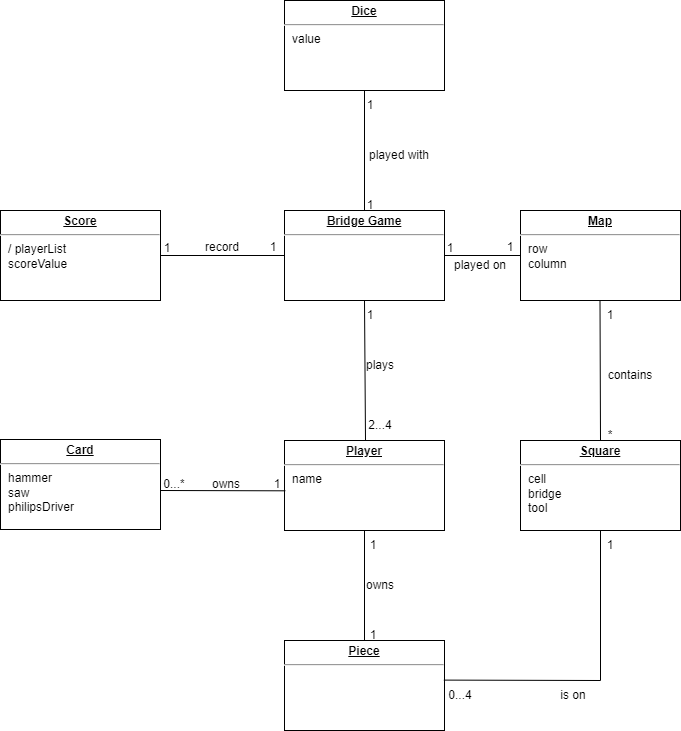
This is diagram/DomainModel.png from iGH01gi/SE_Term_Project, a draw.io export, as it was before one commit. Source tidied: cells renumbered, new cells last; positions are measured from the earlier drawing's top-left corner, leaving out a move shared by most shapes. Its diagram source:
```xml
<mxGraphModel>
  <root>
    <mxCell id="0" />
    <mxCell id="1" parent="0" />
    <mxCell id="2" value="&lt;p style=&quot;margin:0px;margin-top:4px;text-align:center;text-decoration:underline;&quot;&gt;&lt;b&gt;Player&lt;/b&gt;&lt;/p&gt;&lt;hr&gt;&lt;p style=&quot;margin:0px;margin-left:8px;&quot;&gt;name&lt;/p&gt;&lt;p style=&quot;margin:0px;margin-left:8px;&quot;&gt;&lt;br&gt;&lt;/p&gt;" style="verticalAlign=top;align=left;overflow=fill;fontSize=12;fontFamily=Helvetica;html=1;" parent="1" vertex="1">
      <mxGeometry x="284" y="440" width="160" height="90" as="geometry" />
    </mxCell>
    <mxCell id="3" value="&lt;p style=&quot;margin:0px;margin-top:4px;text-align:center;text-decoration:underline;&quot;&gt;&lt;b&gt;Dice&lt;/b&gt;&lt;/p&gt;&lt;hr&gt;&lt;p style=&quot;margin:0px;margin-left:8px;&quot;&gt;value&lt;/p&gt;" style="verticalAlign=top;align=left;overflow=fill;fontSize=12;fontFamily=Helvetica;html=1;" parent="1" vertex="1">
      <mxGeometry x="284" width="160" height="90" as="geometry" />
    </mxCell>
    <mxCell id="4" value="&lt;p style=&quot;margin:0px;margin-top:4px;text-align:center;text-decoration:underline;&quot;&gt;&lt;b&gt;Card&lt;/b&gt;&lt;/p&gt;&lt;hr&gt;&lt;p style=&quot;margin:0px;margin-left:8px;&quot;&gt;hammer&lt;/p&gt;&lt;p style=&quot;margin:0px;margin-left:8px;&quot;&gt;saw&lt;/p&gt;&lt;p style=&quot;margin:0px;margin-left:8px;&quot;&gt;philipsDriver&lt;/p&gt;" style="verticalAlign=top;align=left;overflow=fill;fontSize=12;fontFamily=Helvetica;html=1;" parent="1" vertex="1">
      <mxGeometry y="439" width="160" height="90" as="geometry" />
    </mxCell>
    <mxCell id="5" value="&lt;p style=&quot;margin:0px;margin-top:4px;text-align:center;text-decoration:underline;&quot;&gt;&lt;b&gt;Bridge Game&lt;/b&gt;&lt;/p&gt;&lt;hr&gt;&lt;p style=&quot;margin:0px;margin-left:8px;&quot;&gt;&lt;br&gt;&lt;/p&gt;&lt;p style=&quot;margin:0px;margin-left:8px;&quot;&gt;&lt;br&gt;&lt;/p&gt;" style="verticalAlign=top;align=left;overflow=fill;fontSize=12;fontFamily=Helvetica;html=1;" parent="1" vertex="1">
      <mxGeometry x="284" y="210" width="160" height="90" as="geometry" />
    </mxCell>
    <mxCell id="6" style="endArrow=none;html=1;rounded=0;entryX=0.5;entryY=1;entryDx=0;entryDy=0;exitX=0.5;exitY=0;exitDx=0;exitDy=0;" parent="1" edge="1" source="17" target="2">
      <mxGeometry relative="1" as="geometry" />
    </mxCell>
    <mxCell id="7" style="endArrow=none;html=1;rounded=0;entryX=0.5;entryY=1;entryDx=0;entryDy=0;exitX=0.25;exitY=1;exitDx=0;exitDy=0;" parent="1" edge="1" source="10" target="5">
      <mxGeometry relative="1" as="geometry" />
    </mxCell>
    <mxCell id="8" style="endArrow=none;html=1;rounded=0;entryX=0;entryY=0.5;entryDx=0;entryDy=0;" parent="1" edge="1" source="5">
      <mxGeometry relative="1" as="geometry">
        <mxPoint x="520" y="255" as="targetPoint" />
      </mxGeometry>
    </mxCell>
    <mxCell id="9" style="endArrow=none;html=1;rounded=0;entryX=0;entryY=0.5;entryDx=0;entryDy=0;" parent="1" edge="1" target="5">
      <mxGeometry relative="1" as="geometry">
        <mxPoint x="160" y="255" as="sourcePoint" />
      </mxGeometry>
    </mxCell>
    <mxCell id="10" value="2...4" style="text;html=1;strokeColor=none;fillColor=none;align=center;verticalAlign=middle;whiteSpace=wrap;rounded=0;" parent="1" vertex="1">
      <mxGeometry x="350" y="410" width="60" height="30" as="geometry" />
    </mxCell>
    <mxCell id="11" value="1" style="text;html=1;strokeColor=none;fillColor=none;align=center;verticalAlign=middle;whiteSpace=wrap;rounded=0;" parent="1" vertex="1">
      <mxGeometry x="340" y="300" width="60" height="30" as="geometry" />
    </mxCell>
    <mxCell id="12" value="plays" style="text;html=1;strokeColor=none;fillColor=none;align=center;verticalAlign=middle;whiteSpace=wrap;rounded=0;" parent="1" vertex="1">
      <mxGeometry x="350" y="350" width="60" height="30" as="geometry" />
    </mxCell>
    <mxCell id="13" style="endArrow=none;html=1;rounded=0;entryX=0.5;entryY=1;entryDx=0;entryDy=0;" parent="1" edge="1" source="5" target="3">
      <mxGeometry relative="1" as="geometry" />
    </mxCell>
    <mxCell id="14" value="1" style="text;html=1;strokeColor=none;fillColor=none;align=center;verticalAlign=middle;whiteSpace=wrap;rounded=0;" parent="1" vertex="1">
      <mxGeometry x="340" y="190" width="60" height="30" as="geometry" />
    </mxCell>
    <mxCell id="15" value="1" style="text;html=1;strokeColor=none;fillColor=none;align=center;verticalAlign=middle;whiteSpace=wrap;rounded=0;" parent="1" vertex="1">
      <mxGeometry x="340" y="90" width="60" height="30" as="geometry" />
    </mxCell>
    <mxCell id="16" value="played with" style="text;html=1;strokeColor=none;fillColor=none;align=center;verticalAlign=middle;whiteSpace=wrap;rounded=0;" parent="1" vertex="1">
      <mxGeometry x="354" y="140" width="90" height="30" as="geometry" />
    </mxCell>
    <mxCell id="17" value="&lt;p style=&quot;margin:0px;margin-top:4px;text-align:center;text-decoration:underline;&quot;&gt;&lt;b&gt;Piece&lt;/b&gt;&lt;/p&gt;&lt;hr&gt;&lt;p style=&quot;margin:0px;margin-left:8px;&quot;&gt;&lt;br&gt;&lt;/p&gt;" style="verticalAlign=top;align=left;overflow=fill;fontSize=12;fontFamily=Helvetica;html=1;" parent="1" vertex="1">
      <mxGeometry x="284" y="640" width="160" height="90" as="geometry" />
    </mxCell>
    <mxCell id="18" value="owns" style="text;html=1;strokeColor=none;fillColor=none;align=center;verticalAlign=middle;whiteSpace=wrap;rounded=0;" parent="1" vertex="1">
      <mxGeometry x="358" y="570" width="44" height="30" as="geometry" />
    </mxCell>
    <mxCell id="19" value="1" style="text;html=1;strokeColor=none;fillColor=none;align=center;verticalAlign=middle;whiteSpace=wrap;rounded=0;" parent="1" vertex="1">
      <mxGeometry x="343" y="620" width="60" height="30" as="geometry" />
    </mxCell>
    <mxCell id="20" value="1" style="text;html=1;strokeColor=none;fillColor=none;align=center;verticalAlign=middle;whiteSpace=wrap;rounded=0;" parent="1" vertex="1">
      <mxGeometry x="358" y="530" width="30" height="30" as="geometry" />
    </mxCell>
    <mxCell id="21" value="&lt;p style=&quot;margin:0px;margin-top:4px;text-align:center;text-decoration:underline;&quot;&gt;&lt;b&gt;Map&lt;/b&gt;&lt;/p&gt;&lt;hr&gt;&lt;p style=&quot;margin:0px;margin-left:8px;&quot;&gt;row&lt;/p&gt;&lt;p style=&quot;margin:0px;margin-left:8px;&quot;&gt;column&lt;/p&gt;" style="verticalAlign=top;align=left;overflow=fill;fontSize=12;fontFamily=Helvetica;html=1;" parent="1" vertex="1">
      <mxGeometry x="520" y="210" width="160" height="90" as="geometry" />
    </mxCell>
    <mxCell id="22" value="&lt;p style=&quot;margin:0px;margin-top:4px;text-align:center;text-decoration:underline;&quot;&gt;&lt;b&gt;Score&lt;/b&gt;&lt;/p&gt;&lt;hr&gt;&lt;p style=&quot;margin:0px;margin-left:8px;&quot;&gt;/ playerList&lt;/p&gt;&lt;p style=&quot;margin:0px;margin-left:8px;&quot;&gt;scoreValue&lt;/p&gt;" style="verticalAlign=top;align=left;overflow=fill;fontSize=12;fontFamily=Helvetica;html=1;" parent="1" vertex="1">
      <mxGeometry y="210" width="160" height="90" as="geometry" />
    </mxCell>
    <mxCell id="23" value="&lt;p style=&quot;margin:0px;margin-top:4px;text-align:center;text-decoration:underline;&quot;&gt;&lt;b&gt;Square&lt;/b&gt;&lt;/p&gt;&lt;hr&gt;&lt;p style=&quot;margin:0px;margin-left:8px;&quot;&gt;cell&lt;/p&gt;&lt;p style=&quot;margin:0px;margin-left:8px;&quot;&gt;bridge&lt;/p&gt;&lt;p style=&quot;margin:0px;margin-left:8px;&quot;&gt;tool&lt;/p&gt;" style="verticalAlign=top;align=left;overflow=fill;fontSize=12;fontFamily=Helvetica;html=1;" parent="1" vertex="1">
      <mxGeometry x="520" y="440" width="160" height="90" as="geometry" />
    </mxCell>
    <mxCell id="24" style="endArrow=none;html=1;rounded=0;exitX=0.5;exitY=0;exitDx=0;exitDy=0;" parent="1" edge="1" source="23">
      <mxGeometry relative="1" as="geometry">
        <mxPoint x="599.5" y="300" as="targetPoint" />
      </mxGeometry>
    </mxCell>
    <mxCell id="25" value="contains" style="text;html=1;strokeColor=none;fillColor=none;align=center;verticalAlign=middle;whiteSpace=wrap;rounded=0;" parent="1" vertex="1">
      <mxGeometry x="600" y="360" width="60" height="30" as="geometry" />
    </mxCell>
    <mxCell id="26" value="1" style="text;html=1;strokeColor=none;fillColor=none;align=center;verticalAlign=middle;whiteSpace=wrap;rounded=0;" parent="1" vertex="1">
      <mxGeometry x="580" y="300" width="60" height="30" as="geometry" />
    </mxCell>
    <mxCell id="27" value="*" style="text;html=1;strokeColor=none;fillColor=none;align=center;verticalAlign=middle;whiteSpace=wrap;rounded=0;" parent="1" vertex="1">
      <mxGeometry x="580" y="420" width="60" height="30" as="geometry" />
    </mxCell>
    <mxCell id="28" value="record" style="text;html=1;strokeColor=none;fillColor=none;align=center;verticalAlign=middle;whiteSpace=wrap;rounded=0;" parent="1" vertex="1">
      <mxGeometry x="177" y="232" width="90" height="30" as="geometry" />
    </mxCell>
    <mxCell id="29" value="1" style="text;html=1;strokeColor=none;fillColor=none;align=center;verticalAlign=middle;whiteSpace=wrap;rounded=0;" parent="1" vertex="1">
      <mxGeometry x="258" y="237" width="30" height="20" as="geometry" />
    </mxCell>
    <mxCell id="30" value="1" style="text;html=1;strokeColor=none;fillColor=none;align=center;verticalAlign=middle;whiteSpace=wrap;rounded=0;" parent="1" vertex="1">
      <mxGeometry x="152" y="238" width="30" height="20" as="geometry" />
    </mxCell>
    <mxCell id="31" value="1" style="text;html=1;strokeColor=none;fillColor=none;align=center;verticalAlign=middle;whiteSpace=wrap;rounded=0;" parent="1" vertex="1">
      <mxGeometry x="480" y="232" width="60" height="30" as="geometry" />
    </mxCell>
    <mxCell id="32" value="1" style="text;html=1;strokeColor=none;fillColor=none;align=center;verticalAlign=middle;whiteSpace=wrap;rounded=0;" parent="1" vertex="1">
      <mxGeometry x="420" y="233" width="60" height="30" as="geometry" />
    </mxCell>
    <mxCell id="33" value="played on" style="text;html=1;strokeColor=none;fillColor=none;align=center;verticalAlign=middle;whiteSpace=wrap;rounded=0;" parent="1" vertex="1">
      <mxGeometry x="450" y="250" width="60" height="30" as="geometry" />
    </mxCell>
    <mxCell id="34" style="endArrow=none;html=1;rounded=0;entryX=0.5;entryY=1;entryDx=0;entryDy=0;" parent="1" edge="1" target="23">
      <mxGeometry relative="1" as="geometry">
        <mxPoint x="600" y="680" as="sourcePoint" />
      </mxGeometry>
    </mxCell>
    <mxCell id="35" style="endArrow=none;html=1;rounded=0;exitX=0.996;exitY=0.44;exitDx=0;exitDy=0;exitPerimeter=0;" parent="1" edge="1" source="17">
      <mxGeometry relative="1" as="geometry">
        <mxPoint x="600" y="680" as="targetPoint" />
      </mxGeometry>
    </mxCell>
    <mxCell id="36" value="0...4" style="text;html=1;strokeColor=none;fillColor=none;align=center;verticalAlign=middle;whiteSpace=wrap;rounded=0;" parent="1" vertex="1">
      <mxGeometry x="430" y="680" width="60" height="30" as="geometry" />
    </mxCell>
    <mxCell id="37" value="1" style="text;html=1;strokeColor=none;fillColor=none;align=center;verticalAlign=middle;whiteSpace=wrap;rounded=0;" parent="1" vertex="1">
      <mxGeometry x="595" y="530" width="30" height="30" as="geometry" />
    </mxCell>
    <mxCell id="38" value="is on" style="text;html=1;strokeColor=none;fillColor=none;align=center;verticalAlign=middle;whiteSpace=wrap;rounded=0;" parent="1" vertex="1">
      <mxGeometry x="551" y="680" width="44" height="30" as="geometry" />
    </mxCell>
    <mxCell id="39" style="endArrow=none;html=1;rounded=0;entryX=0.005;entryY=0.559;entryDx=0;entryDy=0;entryPerimeter=0;" parent="1" edge="1" target="2">
      <mxGeometry relative="1" as="geometry">
        <mxPoint x="160" y="490" as="sourcePoint" />
      </mxGeometry>
    </mxCell>
    <mxCell id="40" value="1" style="text;html=1;strokeColor=none;fillColor=none;align=center;verticalAlign=middle;whiteSpace=wrap;rounded=0;" parent="1" vertex="1">
      <mxGeometry x="262" y="469" width="30" height="30" as="geometry" />
    </mxCell>
    <mxCell id="41" value="0...*" style="text;html=1;strokeColor=none;fillColor=none;align=center;verticalAlign=middle;whiteSpace=wrap;rounded=0;" parent="1" vertex="1">
      <mxGeometry x="144" y="469" width="60" height="30" as="geometry" />
    </mxCell>
    <mxCell id="42" value="owns" style="text;html=1;strokeColor=none;fillColor=none;align=center;verticalAlign=middle;whiteSpace=wrap;rounded=0;" parent="1" vertex="1">
      <mxGeometry x="204" y="469" width="44" height="30" as="geometry" />
    </mxCell>
  </root>
</mxGraphModel>
```
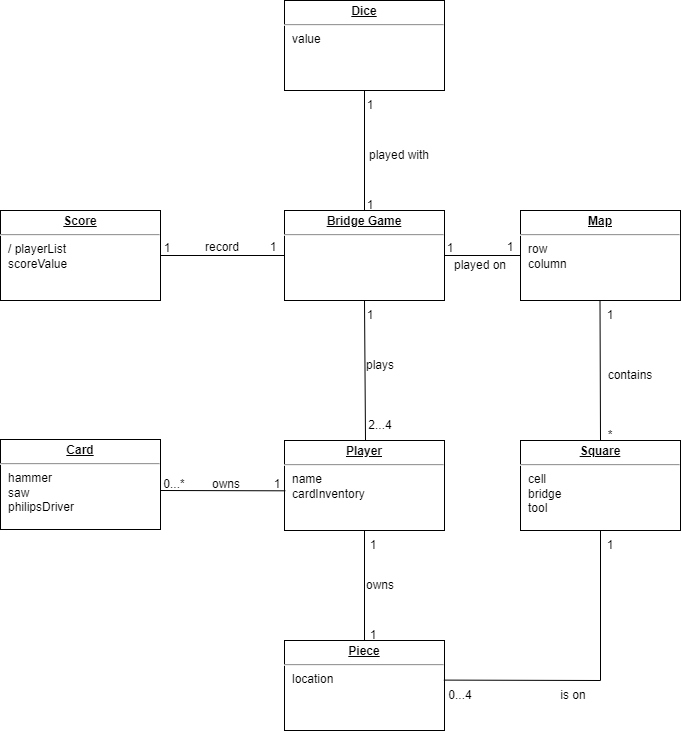
The same diagram one commit later.

What changed in the source:
```diff
@@ -2,7 +2,7 @@
   <root>
     <mxCell id="0" />
     <mxCell id="1" parent="0" />
-    <mxCell id="2" value="&lt;p style=&quot;margin:0px;margin-top:4px;text-align:center;text-decoration:underline;&quot;&gt;&lt;b&gt;Player&lt;/b&gt;&lt;/p&gt;&lt;hr&gt;&lt;p style=&quot;margin:0px;margin-left:8px;&quot;&gt;name&lt;/p&gt;&lt;p style=&quot;margin:0px;margin-left:8px;&quot;&gt;&lt;br&gt;&lt;/p&gt;" style="verticalAlign=top;align=left;overflow=fill;fontSize=12;fontFamily=Helvetica;html=1;" parent="1" vertex="1">
+    <mxCell id="2" value="&lt;p style=&quot;margin:0px;margin-top:4px;text-align:center;text-decoration:underline;&quot;&gt;&lt;b&gt;Player&lt;/b&gt;&lt;/p&gt;&lt;hr&gt;&lt;p style=&quot;margin:0px;margin-left:8px;&quot;&gt;name&lt;/p&gt;&lt;p style=&quot;margin:0px;margin-left:8px;&quot;&gt;cardInventory&lt;/p&gt;" style="verticalAlign=top;align=left;overflow=fill;fontSize=12;fontFamily=Helvetica;html=1;" parent="1" vertex="1">
       <mxGeometry x="284" y="440" width="160" height="90" as="geometry" />
     </mxCell>
     <mxCell id="3" value="&lt;p style=&quot;margin:0px;margin-top:4px;text-align:center;text-decoration:underline;&quot;&gt;&lt;b&gt;Dice&lt;/b&gt;&lt;/p&gt;&lt;hr&gt;&lt;p style=&quot;margin:0px;margin-left:8px;&quot;&gt;value&lt;/p&gt;" style="verticalAlign=top;align=left;overflow=fill;fontSize=12;fontFamily=Helvetica;html=1;" parent="1" vertex="1">
@@ -51,7 +51,7 @@
     <mxCell id="16" value="played with" style="text;html=1;strokeColor=none;fillColor=none;align=center;verticalAlign=middle;whiteSpace=wrap;rounded=0;" parent="1" vertex="1">
       <mxGeometry x="354" y="140" width="90" height="30" as="geometry" />
     </mxCell>
-    <mxCell id="17" value="&lt;p style=&quot;margin:0px;margin-top:4px;text-align:center;text-decoration:underline;&quot;&gt;&lt;b&gt;Piece&lt;/b&gt;&lt;/p&gt;&lt;hr&gt;&lt;p style=&quot;margin:0px;margin-left:8px;&quot;&gt;&lt;br&gt;&lt;/p&gt;" style="verticalAlign=top;align=left;overflow=fill;fontSize=12;fontFamily=Helvetica;html=1;" parent="1" vertex="1">
+    <mxCell id="17" value="&lt;p style=&quot;margin:0px;margin-top:4px;text-align:center;text-decoration:underline;&quot;&gt;&lt;b&gt;Piece&lt;/b&gt;&lt;/p&gt;&lt;hr&gt;&lt;p style=&quot;margin:0px;margin-left:8px;&quot;&gt;location&lt;/p&gt;" style="verticalAlign=top;align=left;overflow=fill;fontSize=12;fontFamily=Helvetica;html=1;" parent="1" vertex="1">
       <mxGeometry x="284" y="640" width="160" height="90" as="geometry" />
     </mxCell>
     <mxCell id="18" value="owns" style="text;html=1;strokeColor=none;fillColor=none;align=center;verticalAlign=middle;whiteSpace=wrap;rounded=0;" parent="1" vertex="1">
```
